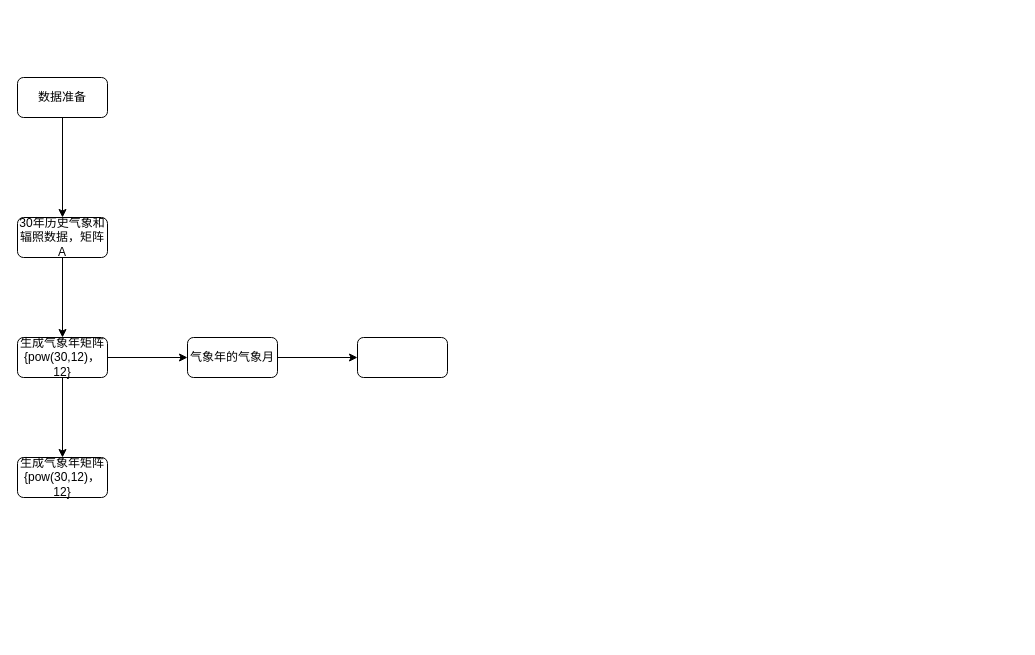
Earlier version of the draw.io diagram page "Page-2" (2 of 2) of tmy.drawio (gg2herry/drawio). Source tidied: cells renumbered, new cells numbered last; positions are measured from the earlier drawing's top-left corner, leaving out a move shared by most shapes. Both pictures are drawn from the tidied source at 100%, with x=0, y=0 at pixel (17, 77).
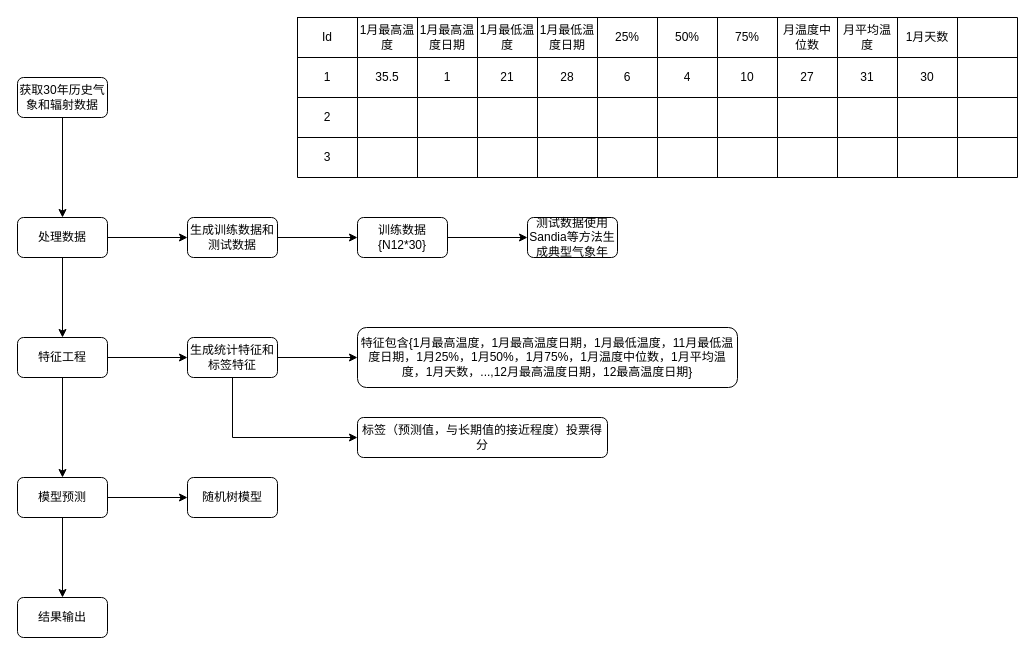
After the change.

Diff of the diagram source:
```diff
@@
-    <mxCell id="3" value="数据准备" style="rounded=1;whiteSpace=wrap;html=1;" parent="1" vertex="1">
+    <mxCell id="3" value="获取30年历史气象和辐射数据" style="rounded=1;whiteSpace=wrap;html=1;" parent="1" vertex="1">
       <mxGeometry width="90" height="40" as="geometry" />
     </mxCell>
@@
+    <mxCell id="13" style="edgeStyle=orthogonalEdgeStyle;rounded=0;jettySize=auto;html=1;" parent="1" edge="1" source="5" target="72">
+      <mxGeometry relative="1" as="geometry" />
+    </mxCell>
-    <mxCell id="5" value="30年历史气象和辐照数据，矩阵A" style="rounded=1;whiteSpace=wrap;html=1;" parent="1" vertex="1">
+    <mxCell id="5" value="处理数据" style="rounded=1;whiteSpace=wrap;html=1;" parent="1" vertex="1">
       <mxGeometry y="140" width="90" height="40" as="geometry" />
     </mxCell>
@@
-    <mxCell id="8" value="生成气象年矩阵&lt;br&gt;{pow(30,12)，12}" style="rounded=1;whiteSpace=wrap;html=1;" parent="1" vertex="1">
+    <mxCell id="8" value="特征工程" style="rounded=1;whiteSpace=wrap;html=1;" parent="1" vertex="1">
       <mxGeometry y="260" width="90" height="40" as="geometry" />
     </mxCell>
+    <mxCell id="14" style="edgeStyle=orthogonalEdgeStyle;rounded=0;jettySize=auto;html=1;" parent="1" edge="1" source="9" target="78">
+      <mxGeometry relative="1" as="geometry" />
+    </mxCell>
+    <mxCell id="15" style="edgeStyle=orthogonalEdgeStyle;rounded=0;jettySize=auto;html=1;" parent="1" edge="1" source="9" target="79">
+      <mxGeometry relative="1" as="geometry" />
+    </mxCell>
-    <mxCell id="9" value="生成气象年矩阵&lt;br&gt;{pow(30,12)，12}" style="rounded=1;whiteSpace=wrap;html=1;" parent="1" vertex="1">
-      <mxGeometry y="380" width="90" height="40" as="geometry" />
+    <mxCell id="9" value="模型预测" style="rounded=1;whiteSpace=wrap;html=1;" parent="1" vertex="1">
+      <mxGeometry y="400" width="90" height="40" as="geometry" />
     </mxCell>
-    <mxCell id="10" style="edgeStyle=orthogonalEdgeStyle;rounded=0;jettySize=auto;html=1;" parent="1" edge="1" source="11" target="12">
-      <mxGeometry relative="1" as="geometry" />
-    </mxCell>
+    <mxCell id="16" style="edgeStyle=orthogonalEdgeStyle;rounded=0;jettySize=auto;html=1;entryX=0;entryY=0.5;entryDx=0;entryDy=0;" parent="1" edge="1" source="11" target="73">
+      <mxGeometry relative="1" as="geometry" />
+    </mxCell>
+    <mxCell id="17" style="edgeStyle=orthogonalEdgeStyle;rounded=0;jettySize=auto;html=1;entryX=0;entryY=0.5;entryDx=0;entryDy=0;" parent="1" edge="1" source="11" target="74">
+      <mxGeometry relative="1" as="geometry">
+        <Array as="points">
+          <mxPoint x="215" y="360" />
+        </Array>
+      </mxGeometry>
+    </mxCell>
-    <mxCell id="11" value="气象年的气象月" style="rounded=1;whiteSpace=wrap;html=1;" parent="1" vertex="1">
+    <mxCell id="11" value="生成统计特征和标签特征" style="rounded=1;whiteSpace=wrap;html=1;" parent="1" vertex="1">
       <mxGeometry x="170" y="260" width="90" height="40" as="geometry" />
     </mxCell>
-    <mxCell id="12" style="rounded=1;whiteSpace=wrap;html=1;" parent="1" vertex="1">
-      <mxGeometry x="340" y="260" width="90" height="40" as="geometry" />
-    </mxCell>
+    <mxCell id="18" style="shape=table;html=1;whiteSpace=wrap;startSize=0;childLayout=tableLayout;" parent="1" vertex="1">
+      <mxGeometry x="280" y="-60" width="720" height="160" as="geometry" />
+    </mxCell>
+    <mxCell id="19" style="shape=partialRectangle;html=1;whiteSpace=wrap;fillColor=none;top=0;left=0;bottom=0;right=0;" parent="18" vertex="1">
+      <mxGeometry width="720" height="40" as="geometry" />
+    </mxCell>
+    <mxCell id="20" value="Id" style="shape=partialRectangle;html=1;whiteSpace=wrap;overflow=hidden;fillColor=none;top=0;left=0;bottom=0;right=0;" parent="19" vertex="1">
+      <mxGeometry width="60" height="40" as="geometry" />
+    </mxCell>
+    <mxCell id="21" value="1月最高温度" style="shape=partialRectangle;html=1;whiteSpace=wrap;overflow=hidden;fillColor=none;top=0;left=0;bottom=0;right=0;" parent="19" vertex="1">
+      <mxGeometry x="60" width="60" height="40" as="geometry" />
+    </mxCell>
+    <mxCell id="22" value="1月最高温度日期" style="shape=partialRectangle;html=1;whiteSpace=wrap;overflow=hidden;fillColor=none;top=0;left=0;bottom=0;right=0;" parent="19" vertex="1">
+      <mxGeometry x="120" width="60" height="40" as="geometry" />
+    </mxCell>
+    <mxCell id="23" value="1月最低温度" style="shape=partialRectangle;html=1;whiteSpace=wrap;overflow=hidden;fillColor=none;top=0;left=0;bottom=0;right=0;" parent="19" vertex="1">
+      <mxGeometry x="180" width="60" height="40" as="geometry" />
+    </mxCell>
+    <mxCell id="24" value="1月最低温度日期" style="shape=partialRectangle;html=1;whiteSpace=wrap;overflow=hidden;fillColor=none;top=0;left=0;bottom=0;right=0;" parent="19" vertex="1">
+      <mxGeometry x="240" width="60" height="40" as="geometry" />
+    </mxCell>
+    <mxCell id="25" value="25%" style="shape=partialRectangle;html=1;whiteSpace=wrap;overflow=hidden;fillColor=none;top=0;left=0;bottom=0;right=0;" parent="19" vertex="1">
+      <mxGeometry x="300" width="60" height="40" as="geometry" />
+    </mxCell>
+    <mxCell id="26" value="50%" style="shape=partialRectangle;html=1;whiteSpace=wrap;overflow=hidden;fillColor=none;top=0;left=0;bottom=0;right=0;" parent="19" vertex="1">
+      <mxGeometry x="360" width="60" height="40" as="geometry" />
+    </mxCell>
+    <mxCell id="27" value="75%" style="shape=partialRectangle;html=1;whiteSpace=wrap;overflow=hidden;fillColor=none;top=0;left=0;bottom=0;right=0;" parent="19" vertex="1">
+      <mxGeometry x="420" width="60" height="40" as="geometry" />
+    </mxCell>
+    <mxCell id="28" value="月温度中位数" style="shape=partialRectangle;html=1;whiteSpace=wrap;overflow=hidden;fillColor=none;top=0;left=0;bottom=0;right=0;" parent="19" vertex="1">
+      <mxGeometry x="480" width="60" height="40" as="geometry" />
+    </mxCell>
+    <mxCell id="29" value="月平均温度" style="shape=partialRectangle;html=1;whiteSpace=wrap;overflow=hidden;fillColor=none;top=0;left=0;bottom=0;right=0;" parent="19" vertex="1">
+      <mxGeometry x="540" width="60" height="40" as="geometry" />
+    </mxCell>
+    <mxCell id="30" value="1月天数" style="shape=partialRectangle;html=1;whiteSpace=wrap;overflow=hidden;fillColor=none;top=0;left=0;bottom=0;right=0;" parent="19" vertex="1">
+      <mxGeometry x="600" width="60" height="40" as="geometry" />
+    </mxCell>
+    <mxCell id="31" style="shape=partialRectangle;html=1;whiteSpace=wrap;overflow=hidden;fillColor=none;top=0;left=0;bottom=0;right=0;" parent="19" vertex="1">
+      <mxGeometry x="660" width="60" height="40" as="geometry" />
+    </mxCell>
+    <mxCell id="32" style="shape=partialRectangle;html=1;whiteSpace=wrap;fillColor=none;top=0;left=0;bottom=0;right=0;" parent="18" vertex="1">
+      <mxGeometry y="40" width="720" height="40" as="geometry" />
+    </mxCell>
+    <mxCell id="33" value="1" style="shape=partialRectangle;html=1;whiteSpace=wrap;overflow=hidden;fillColor=none;top=0;left=0;bottom=0;right=0;" parent="32" vertex="1">
+      <mxGeometry width="60" height="40" as="geometry" />
+    </mxCell>
+    <mxCell id="34" value="35.5" style="shape=partialRectangle;html=1;whiteSpace=wrap;overflow=hidden;fillColor=none;top=0;left=0;bottom=0;right=0;" parent="32" vertex="1">
+      <mxGeometry x="60" width="60" height="40" as="geometry" />
+    </mxCell>
+    <mxCell id="35" value="1" style="shape=partialRectangle;html=1;whiteSpace=wrap;overflow=hidden;fillColor=none;top=0;left=0;bottom=0;right=0;" parent="32" vertex="1">
+      <mxGeometry x="120" width="60" height="40" as="geometry" />
+    </mxCell>
+    <mxCell id="36" value="21" style="shape=partialRectangle;html=1;whiteSpace=wrap;overflow=hidden;fillColor=none;top=0;left=0;bottom=0;right=0;" parent="32" vertex="1">
+      <mxGeometry x="180" width="60" height="40" as="geometry" />
+    </mxCell>
+    <mxCell id="37" value="28" style="shape=partialRectangle;html=1;whiteSpace=wrap;overflow=hidden;fillColor=none;top=0;left=0;bottom=0;right=0;" parent="32" vertex="1">
+      <mxGeometry x="240" width="60" height="40" as="geometry" />
+    </mxCell>
+    <mxCell id="38" value="6" style="shape=partialRectangle;html=1;whiteSpace=wrap;overflow=hidden;fillColor=none;top=0;left=0;bottom=0;right=0;" parent="32" vertex="1">
+      <mxGeometry x="300" width="60" height="40" as="geometry" />
+    </mxCell>
+    <mxCell id="39" value="4" style="shape=partialRectangle;html=1;whiteSpace=wrap;overflow=hidden;fillColor=none;top=0;left=0;bottom=0;right=0;" parent="32" vertex="1">
+      <mxGeometry x="360" width="60" height="40" as="geometry" />
+    </mxCell>
+    <mxCell id="40" value="10" style="shape=partialRectangle;html=1;whiteSpace=wrap;overflow=hidden;fillColor=none;top=0;left=0;bottom=0;right=0;" parent="32" vertex="1">
+      <mxGeometry x="420" width="60" height="40" as="geometry" />
+    </mxCell>
+    <mxCell id="41" value="27" style="shape=partialRectangle;html=1;whiteSpace=wrap;overflow=hidden;fillColor=none;top=0;left=0;bottom=0;right=0;" parent="32" vertex="1">
+      <mxGeometry x="480" width="60" height="40" as="geometry" />
+    </mxCell>
+    <mxCell id="42" value="31" style="shape=partialRectangle;html=1;whiteSpace=wrap;overflow=hidden;fillColor=none;top=0;left=0;bottom=0;right=0;" parent="32" vertex="1">
+      <mxGeometry x="540" width="60" height="40" as="geometry" />
+    </mxCell>
+    <mxCell id="43" value="30" style="shape=partialRectangle;html=1;whiteSpace=wrap;overflow=hidden;fillColor=none;top=0;left=0;bottom=0;right=0;" parent="32" vertex="1">
+      <mxGeometry x="600" width="60" height="40" as="geometry" />
+    </mxCell>
+    <mxCell id="44" style="shape=partialRectangle;html=1;whiteSpace=wrap;overflow=hidden;fillColor=none;top=0;left=0;bottom=0;right=0;" parent="32" vertex="1">
+      <mxGeometry x="660" width="60" height="40" as="geometry" />
+    </mxCell>
+    <mxCell id="45" style="shape=partialRectangle;html=1;whiteSpace=wrap;fillColor=none;top=0;left=0;bottom=0;right=0;" parent="18" vertex="1">
+      <mxGeometry y="80" width="720" height="40" as="geometry" />
+    </mxCell>
+    <mxCell id="46" value="2" style="shape=partialRectangle;html=1;whiteSpace=wrap;overflow=hidden;fillColor=none;top=0;left=0;bottom=0;right=0;" parent="45" vertex="1">
+      <mxGeometry width="60" height="40" as="geometry" />
+    </mxCell>
+    <mxCell id="47" style="shape=partialRectangle;html=1;whiteSpace=wrap;overflow=hidden;fillColor=none;top=0;left=0;bottom=0;right=0;" parent="45" vertex="1">
+      <mxGeometry x="60" width="60" height="40" as="geometry" />
+    </mxCell>
+    <mxCell id="48" style="shape=partialRectangle;html=1;whiteSpace=wrap;overflow=hidden;fillColor=none;top=0;left=0;bottom=0;right=0;" parent="45" vertex="1">
+      <mxGeometry x="120" width="60" height="40" as="geometry" />
+    </mxCell>
+    <mxCell id="49" style="shape=partialRectangle;html=1;whiteSpace=wrap;overflow=hidden;fillColor=none;top=0;left=0;bottom=0;right=0;" parent="45" vertex="1">
+      <mxGeometry x="180" width="60" height="40" as="geometry" />
+    </mxCell>
+    <mxCell id="50" style="shape=partialRectangle;html=1;whiteSpace=wrap;overflow=hidden;fillColor=none;top=0;left=0;bottom=0;right=0;" parent="45" vertex="1">
+      <mxGeometry x="240" width="60" height="40" as="geometry" />
+    </mxCell>
+    <mxCell id="51" style="shape=partialRectangle;html=1;whiteSpace=wrap;overflow=hidden;fillColor=none;top=0;left=0;bottom=0;right=0;" parent="45" vertex="1">
+      <mxGeometry x="300" width="60" height="40" as="geometry" />
+    </mxCell>
+    <mxCell id="52" style="shape=partialRectangle;html=1;whiteSpace=wrap;overflow=hidden;fillColor=none;top=0;left=0;bottom=0;right=0;" parent="45" vertex="1">
+      <mxGeometry x="360" width="60" height="40" as="geometry" />
+    </mxCell>
+    <mxCell id="53" style="shape=partialRectangle;html=1;whiteSpace=wrap;overflow=hidden;fillColor=none;top=0;left=0;bottom=0;right=0;" parent="45" vertex="1">
+      <mxGeometry x="420" width="60" height="40" as="geometry" />
+    </mxCell>
+    <mxCell id="54" style="shape=partialRectangle;html=1;whiteSpace=wrap;overflow=hidden;fillColor=none;top=0;left=0;bottom=0;right=0;" parent="45" vertex="1">
+      <mxGeometry x="480" width="60" height="40" as="geometry" />
+    </mxCell>
+    <mxCell id="55" style="shape=partialRectangle;html=1;whiteSpace=wrap;overflow=hidden;fillColor=none;top=0;left=0;bottom=0;right=0;" parent="45" vertex="1">
+      <mxGeometry x="540" width="60" height="40" as="geometry" />
+    </mxCell>
+    <mxCell id="56" style="shape=partialRectangle;html=1;whiteSpace=wrap;overflow=hidden;fillColor=none;top=0;left=0;bottom=0;right=0;" parent="45" vertex="1">
+      <mxGeometry x="600" width="60" height="40" as="geometry" />
+    </mxCell>
+    <mxCell id="57" style="shape=partialRectangle;html=1;whiteSpace=wrap;overflow=hidden;fillColor=none;top=0;left=0;bottom=0;right=0;" parent="45" vertex="1">
+      <mxGeometry x="660" width="60" height="40" as="geometry" />
+    </mxCell>
+    <mxCell id="58" style="shape=partialRectangle;html=1;whiteSpace=wrap;fillColor=none;top=0;left=0;bottom=0;right=0;" parent="18" vertex="1">
+      <mxGeometry y="120" width="720" height="40" as="geometry" />
+    </mxCell>
+    <mxCell id="59" value="3" style="shape=partialRectangle;html=1;whiteSpace=wrap;overflow=hidden;fillColor=none;top=0;left=0;bottom=0;right=0;" parent="58" vertex="1">
+      <mxGeometry width="60" height="40" as="geometry" />
+    </mxCell>
+    <mxCell id="60" style="shape=partialRectangle;html=1;whiteSpace=wrap;overflow=hidden;fillColor=none;top=0;left=0;bottom=0;right=0;" parent="58" vertex="1">
+      <mxGeometry x="60" width="60" height="40" as="geometry" />
+    </mxCell>
+    <mxCell id="61" style="shape=partialRectangle;html=1;whiteSpace=wrap;overflow=hidden;fillColor=none;top=0;left=0;bottom=0;right=0;" parent="58" vertex="1">
+      <mxGeometry x="120" width="60" height="40" as="geometry" />
+    </mxCell>
+    <mxCell id="62" style="shape=partialRectangle;html=1;whiteSpace=wrap;overflow=hidden;fillColor=none;top=0;left=0;bottom=0;right=0;" parent="58" vertex="1">
+      <mxGeometry x="180" width="60" height="40" as="geometry" />
+    </mxCell>
+    <mxCell id="63" style="shape=partialRectangle;html=1;whiteSpace=wrap;overflow=hidden;fillColor=none;top=0;left=0;bottom=0;right=0;" parent="58" vertex="1">
+      <mxGeometry x="240" width="60" height="40" as="geometry" />
+    </mxCell>
+    <mxCell id="64" style="shape=partialRectangle;html=1;whiteSpace=wrap;overflow=hidden;fillColor=none;top=0;left=0;bottom=0;right=0;" parent="58" vertex="1">
+      <mxGeometry x="300" width="60" height="40" as="geometry" />
+    </mxCell>
+    <mxCell id="65" style="shape=partialRectangle;html=1;whiteSpace=wrap;overflow=hidden;fillColor=none;top=0;left=0;bottom=0;right=0;" parent="58" vertex="1">
+      <mxGeometry x="360" width="60" height="40" as="geometry" />
+    </mxCell>
+    <mxCell id="66" style="shape=partialRectangle;html=1;whiteSpace=wrap;overflow=hidden;fillColor=none;top=0;left=0;bottom=0;right=0;" parent="58" vertex="1">
+      <mxGeometry x="420" width="60" height="40" as="geometry" />
+    </mxCell>
+    <mxCell id="67" style="shape=partialRectangle;html=1;whiteSpace=wrap;overflow=hidden;fillColor=none;top=0;left=0;bottom=0;right=0;" parent="58" vertex="1">
+      <mxGeometry x="480" width="60" height="40" as="geometry" />
+    </mxCell>
+    <mxCell id="68" style="shape=partialRectangle;html=1;whiteSpace=wrap;overflow=hidden;fillColor=none;top=0;left=0;bottom=0;right=0;" parent="58" vertex="1">
+      <mxGeometry x="540" width="60" height="40" as="geometry" />
+    </mxCell>
+    <mxCell id="69" style="shape=partialRectangle;html=1;whiteSpace=wrap;overflow=hidden;fillColor=none;top=0;left=0;bottom=0;right=0;" parent="58" vertex="1">
+      <mxGeometry x="600" width="60" height="40" as="geometry" />
+    </mxCell>
+    <mxCell id="70" style="shape=partialRectangle;html=1;whiteSpace=wrap;overflow=hidden;fillColor=none;top=0;left=0;bottom=0;right=0;" parent="58" vertex="1">
+      <mxGeometry x="660" width="60" height="40" as="geometry" />
+    </mxCell>
+    <mxCell id="71" style="edgeStyle=orthogonalEdgeStyle;rounded=0;jettySize=auto;html=1;" parent="1" edge="1" source="72" target="76">
+      <mxGeometry relative="1" as="geometry" />
+    </mxCell>
+    <mxCell id="72" value="生成训练数据和测试数据" style="rounded=1;whiteSpace=wrap;html=1;" parent="1" vertex="1">
+      <mxGeometry x="170" y="140" width="90" height="40" as="geometry" />
+    </mxCell>
+    <mxCell id="73" value="特征包含{1月最高温度，1月最高温度日期，1月最低温度，11月最低温度日期，1月25%，1月50%，1月75%，1月温度中位数，1月平均温度，1月天数，...,12月最高温度日期，12最高温度日期}" style="rounded=1;whiteSpace=wrap;html=1;" parent="1" vertex="1">
+      <mxGeometry x="340" y="250" width="380" height="60" as="geometry" />
+    </mxCell>
+    <mxCell id="74" value="标签（预测值，与长期值的接近程度）投票得分" style="rounded=1;whiteSpace=wrap;html=1;" parent="1" vertex="1">
+      <mxGeometry x="340" y="340" width="250" height="40" as="geometry" />
+    </mxCell>
+    <mxCell id="75" style="edgeStyle=orthogonalEdgeStyle;rounded=0;jettySize=auto;html=1;" parent="1" edge="1" source="76" target="77">
+      <mxGeometry relative="1" as="geometry" />
+    </mxCell>
+    <mxCell id="76" value="训练数据{N12*30}" style="rounded=1;whiteSpace=wrap;html=1;" parent="1" vertex="1">
+      <mxGeometry x="340" y="140" width="90" height="40" as="geometry" />
+    </mxCell>
+    <mxCell id="77" value="测试数据使用Sandia等方法生成典型气象年" style="rounded=1;whiteSpace=wrap;html=1;" parent="1" vertex="1">
+      <mxGeometry x="510" y="140" width="90" height="40" as="geometry" />
+    </mxCell>
+    <mxCell id="78" value="随机树模型" style="rounded=1;whiteSpace=wrap;html=1;" parent="1" vertex="1">
+      <mxGeometry x="170" y="400" width="90" height="40" as="geometry" />
+    </mxCell>
+    <mxCell id="79" value="结果输出" style="rounded=1;whiteSpace=wrap;html=1;" parent="1" vertex="1">
+      <mxGeometry y="520" width="90" height="40" as="geometry" />
+    </mxCell>
```
